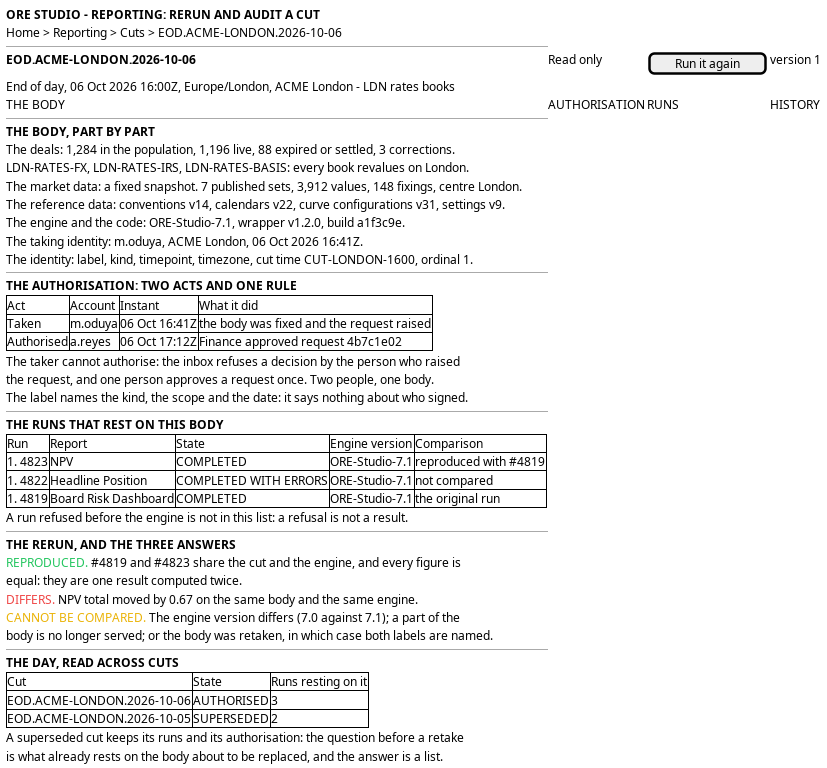
The PlantUML diagram doc/knowledge/journeys/cuts/wireframe_rerun_and_audit_a_cut.png in OreStudio/OreStudio, before a commit. Its source is kept beside it as doc/knowledge/journeys/cuts/wireframe_rerun_and_audit_a_cut.puml. Source of this version:
```plantuml
@startuml

salt
{
  <b>ORE STUDIO - REPORTING: RERUN AND AUDIT A CUT</b>
  Home > Reporting > Cuts > EOD.ACME-LONDON.2026-10-06
  --
  <b>EOD.ACME-LONDON.2026-10-06</b> | Read only | [ Run it again ] | version 1
  End of day, 06 Oct 2026 16:00Z, Europe/London, ACME London - LDN rates books
  THE BODY | AUTHORISATION | RUNS | HISTORY
  --
  <b>THE BODY, PART BY PART</b>
  The deals: 1,284 in the population, 1,196 live, 88 expired or settled, 3 corrections.
  LDN-RATES-FX, LDN-RATES-IRS, LDN-RATES-BASIS: every book revalues on London.
  The market data: a fixed snapshot. 7 published sets, 3,912 values, 148 fixings, centre London.
  The reference data: conventions v14, calendars v22, curve configurations v31, settings v9.
  The engine and the code: ORE-Studio-7.1, wrapper v1.2.0, build a1f3c9e.
  The taking identity: m.oduya, ACME London, 06 Oct 2026 16:41Z.
  The identity: label, kind, timepoint, timezone, cut time CUT-LONDON-1600, ordinal 1.
  --
  <b>THE AUTHORISATION: TWO ACTS AND ONE RULE</b>
  {#
    Act | Account | Instant | What it did
    Taken | m.oduya | 06 Oct 16:41Z | the body was fixed and the request raised
    Authorised | a.reyes | 06 Oct 17:12Z | Finance approved request 4b7c1e02
  }
  The taker cannot authorise: the inbox refuses a decision by the person who raised
  the request, and one person approves a request once. Two people, one body.
  The label names the kind, the scope and the date: it says nothing about who signed.
  --
  <b>THE RUNS THAT REST ON THIS BODY</b>
  {#
    Run | Report | State | Engine version | Comparison
    #4823 | NPV | COMPLETED | ORE-Studio-7.1 | reproduced with #4819
    #4822 | Headline Position | COMPLETED WITH ERRORS | ORE-Studio-7.1 | not compared
    #4819 | Board Risk Dashboard | COMPLETED | ORE-Studio-7.1 | the original run
  }
  A run refused before the engine is not in this list: a refusal is not a result.
  --
  <b>THE RERUN, AND THE THREE ANSWERS</b>
  <color:#22c55e>REPRODUCED.</color> #4819 and #4823 share the cut and the engine, and every figure is
  equal: they are one result computed twice.
  <color:#ef4444>DIFFERS.</color> NPV total moved by 0.67 on the same body and the same engine.
  <color:#eab308>CANNOT BE COMPARED.</color> The engine version differs (7.0 against 7.1); a part of the
  body is no longer served; or the body was retaken, in which case both labels are named.
  --
  <b>THE DAY, READ ACROSS CUTS</b>
  {#
    Cut | State | Runs resting on it
    EOD.ACME-LONDON.2026-10-06 | AUTHORISED | 3
    EOD.ACME-LONDON.2026-10-05 | SUPERSEDED | 2
  }
  A superseded cut keeps its runs and its authorisation: the question before a retake
  is what already rests on the body about to be replaced, and the answer is a list.
}

@enduml
```
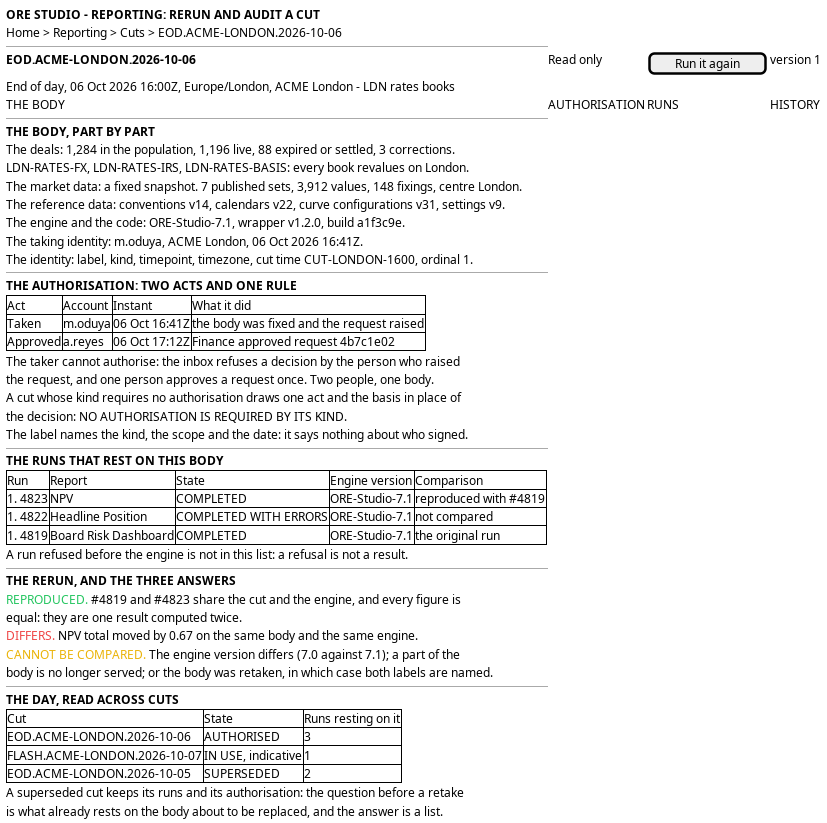
The same file after the commit.

The edit, as a diff of the source:
```diff
@@ -22,10 +22,12 @@
   {#
     Act | Account | Instant | What it did
     Taken | m.oduya | 06 Oct 16:41Z | the body was fixed and the request raised
-    Authorised | a.reyes | 06 Oct 17:12Z | Finance approved request 4b7c1e02
+    Approved | a.reyes | 06 Oct 17:12Z | Finance approved request 4b7c1e02
   }
   The taker cannot authorise: the inbox refuses a decision by the person who raised
   the request, and one person approves a request once. Two people, one body.
+  A cut whose kind requires no authorisation draws one act and the basis in place of
+  the decision: NO AUTHORISATION IS REQUIRED BY ITS KIND.
   The label names the kind, the scope and the date: it says nothing about who signed.
   --
   <b>THE RUNS THAT REST ON THIS BODY</b>
@@ -48,6 +50,7 @@
   {#
     Cut | State | Runs resting on it
     EOD.ACME-LONDON.2026-10-06 | AUTHORISED | 3
+    FLASH.ACME-LONDON.2026-10-07 | IN USE, indicative | 1
     EOD.ACME-LONDON.2026-10-05 | SUPERSEDED | 2
   }
   A superseded cut keeps its runs and its authorisation: the question before a retake
```
